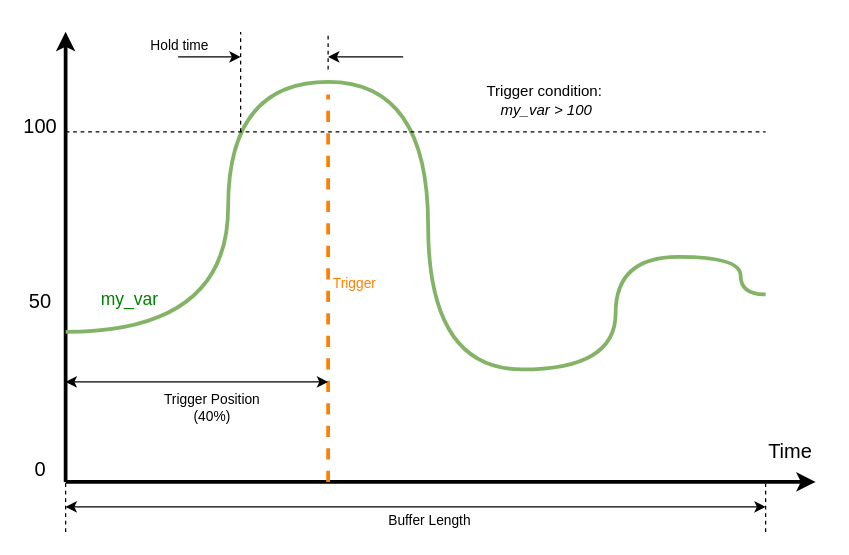
This is draw.io/embedded_graph.drawio from scrutinydebugger/scrutiny-devtools, a draw.io file, before an edit. Source tidied: cells renumbered, new cells numbered last; positions are measured from the earlier drawing's top-left corner, leaving out a move shared by most shapes. Both pictures are drawn from the tidied source at 125%, with x=0, y=0 at pixel (21, 31).
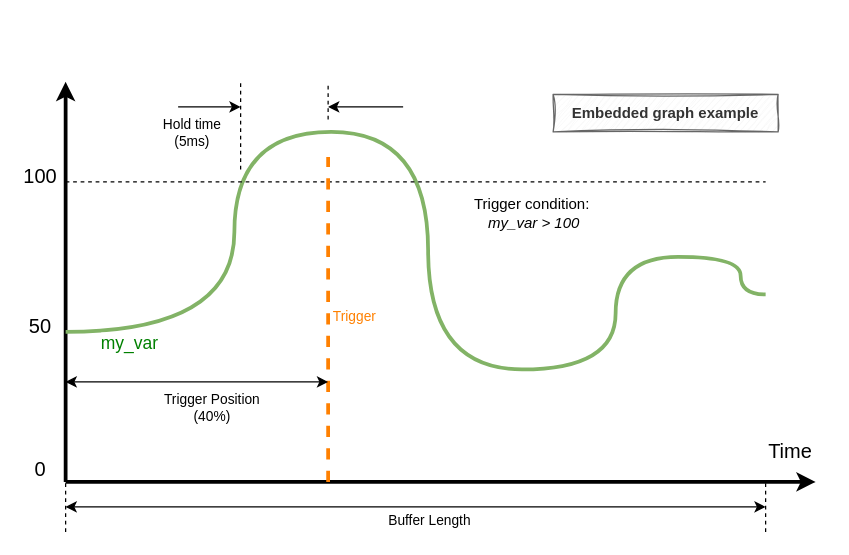
The same page after the edit.

What changed in the source:
```diff
@@
     <mxCell id="2" style="endArrow=classic;html=1;rounded=0;strokeWidth=3;" parent="1" edge="1">
       <mxGeometry relative="1" as="geometry">
         <mxPoint x="35" y="360" as="sourcePoint" />
-        <mxPoint x="35" as="targetPoint" />
+        <mxPoint x="35" y="40" as="targetPoint" />
       </mxGeometry>
     </mxCell>
@@
     <mxCell id="4" style="edgeStyle=orthogonalEdgeStyle;endArrow=none;html=1;elbow=vertical;rounded=0;curved=1;fillColor=#d5e8d4;strokeColor=#82b366;fontColor=light-dark(#008000,#EDEDED);strokeWidth=3;" parent="1" edge="1">
       <mxGeometry relative="1" as="geometry">
         <mxPoint x="35" y="240" as="sourcePoint" />
         <mxPoint x="595" y="210" as="targetPoint" />
         <Array as="points">
-          <mxPoint x="165" y="240" />
-          <mxPoint x="165" y="40" />
-          <mxPoint x="325" y="40" />
+          <mxPoint x="170" y="240" />
+          <mxPoint x="170" y="80" />
+          <mxPoint x="325" y="80" />
           <mxPoint x="325" y="270" />
           <mxPoint x="475" y="270" />
           <mxPoint x="475" y="180" />
           <mxPoint x="575" y="180" />
           <mxPoint x="575" y="210" />
         </Array>
       </mxGeometry>
     </mxCell>
     <mxCell id="5" value="my_var" style="edgeLabel;html=1;align=center;verticalAlign=middle;fontColor=light-dark(#008000,#EDEDED);fontSize=14;" parent="4" vertex="1">
       <mxGeometry x="-0.7" y="17" relative="1" as="geometry">
-        <mxPoint x="-63" y="10" as="offset" />
+        <mxPoint x="-68" y="28" as="offset" />
       </mxGeometry>
     </mxCell>
@@
     <mxCell id="10" style="endArrow=none;html=1;rounded=0;dashed=1;" parent="1" edge="1">
       <mxGeometry relative="1" as="geometry">
-        <mxPoint x="35" y="80" as="sourcePoint" />
-        <mxPoint x="595" y="80" as="targetPoint" />
+        <mxPoint x="35" y="120" as="sourcePoint" />
+        <mxPoint x="595" y="120" as="targetPoint" />
       </mxGeometry>
     </mxCell>
     <mxCell id="11" value="100" style="text;html=1;whiteSpace=wrap;strokeColor=none;fillColor=none;align=center;verticalAlign=middle;rounded=0;fontSize=16;" parent="1" vertex="1">
-      <mxGeometry y="60" width="30" height="30" as="geometry" />
+      <mxGeometry y="100" width="30" height="30" as="geometry" />
     </mxCell>
     <mxCell id="12" value="50" style="text;html=1;whiteSpace=wrap;strokeColor=none;fillColor=none;align=center;verticalAlign=middle;rounded=0;fontSize=16;" parent="1" vertex="1">
-      <mxGeometry y="200" width="30" height="30" as="geometry" />
+      <mxGeometry y="220" width="30" height="30" as="geometry" />
     </mxCell>
     <mxCell id="13" style="endArrow=none;html=1;rounded=0;dashed=1;" parent="1" edge="1">
       <mxGeometry relative="1" as="geometry">
-        <mxPoint x="175" y="80" as="sourcePoint" />
-        <mxPoint x="175" as="targetPoint" />
+        <mxPoint x="175" y="110" as="sourcePoint" />
+        <mxPoint x="175" y="40" as="targetPoint" />
       </mxGeometry>
     </mxCell>
     <mxCell id="14" style="endArrow=none;html=1;rounded=0;dashed=1;" parent="1" edge="1">
       <mxGeometry relative="1" as="geometry">
-        <mxPoint x="245" y="30" as="sourcePoint" />
-        <mxPoint x="245" as="targetPoint" />
+        <mxPoint x="245" y="70" as="sourcePoint" />
+        <mxPoint x="245" y="40" as="targetPoint" />
       </mxGeometry>
     </mxCell>
     <mxCell id="15" style="endArrow=none;html=1;rounded=0;dashed=1;fillColor=#fa6800;strokeColor=#FF8000;strokeWidth=3;" parent="1" edge="1">
       <mxGeometry relative="1" as="geometry">
         <mxPoint x="245" y="360" as="sourcePoint" />
-        <mxPoint x="245" y="50" as="targetPoint" />
+        <mxPoint x="245" y="100" as="targetPoint" />
       </mxGeometry>
     </mxCell>
@@
     <mxCell id="19" style="endArrow=none;html=1;rounded=0;startArrow=classic;startFill=1;endFill=0;" parent="1" edge="1">
       <mxGeometry relative="1" as="geometry">
-        <mxPoint x="245" y="20" as="sourcePoint" />
-        <mxPoint x="305" y="20" as="targetPoint" />
+        <mxPoint x="245" y="60" as="sourcePoint" />
+        <mxPoint x="305" y="60" as="targetPoint" />
       </mxGeometry>
     </mxCell>
     <mxCell id="20" style="endArrow=none;html=1;rounded=0;startArrow=classic;startFill=1;endFill=0;" parent="1" edge="1">
       <mxGeometry relative="1" as="geometry">
-        <mxPoint x="175" y="20" as="sourcePoint" />
-        <mxPoint x="125" y="20" as="targetPoint" />
+        <mxPoint x="175" y="60" as="sourcePoint" />
+        <mxPoint x="125" y="60" as="targetPoint" />
       </mxGeometry>
     </mxCell>
-    <mxCell id="21" value="Hold time" style="edgeLabel;html=1;align=center;verticalAlign=middle;" parent="20" vertex="1">
+    <mxCell id="21" value="&lt;div&gt;Hold time&lt;/div&gt;(5ms)" style="edgeLabel;html=1;align=center;verticalAlign=middle;" parent="20" vertex="1">
       <mxGeometry x="0.55" y="-2" relative="1" as="geometry">
-        <mxPoint x="-11" y="-8" as="offset" />
+        <mxPoint x="-1" y="22" as="offset" />
       </mxGeometry>
     </mxCell>
@@
     <mxCell id="24" value="&lt;div&gt;Trigger condition:&amp;nbsp;&lt;/div&gt;&lt;div&gt;&lt;i&gt;my_var &amp;gt; 100&lt;/i&gt;&lt;/div&gt;" style="text;html=1;whiteSpace=wrap;strokeColor=none;fillColor=none;align=center;verticalAlign=middle;rounded=0;" parent="1" vertex="1">
-      <mxGeometry x="355" y="40" width="130" height="30" as="geometry" />
+      <mxGeometry x="345" y="130" width="130" height="30" as="geometry" />
     </mxCell>
+    <mxCell id="25" value="Embedded graph example" style="text;html=1;whiteSpace=wrap;strokeColor=#666666;fillColor=#f5f5f5;align=center;verticalAlign=middle;rounded=0;shadow=0;strokeWidth=1;perimeterSpacing=1;fontColor=#333333;fontStyle=1;sketch=1;curveFitting=1;jiggle=2;" parent="1" vertex="1">
+      <mxGeometry x="425" y="50" width="180" height="30" as="geometry" />
+    </mxCell>
```
